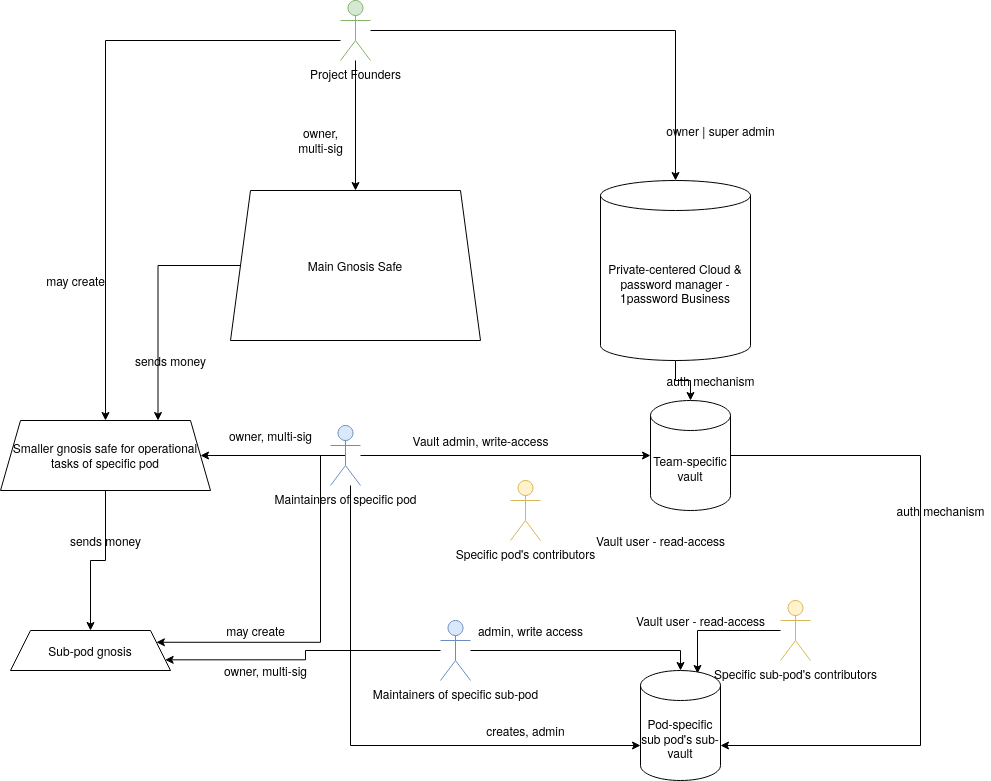
Above: opsec.png in nicobao/dao (draw.io), before the change. Source tidied: cells renumbered, new cells last; positions are measured from the earlier drawing's top-left corner, leaving out a move shared by most shapes. Its diagram source:
```xml
<mxGraphModel>
  <root>
    <mxCell id="0" />
    <mxCell id="1" parent="0" />
    <mxCell id="2" style="edgeStyle=orthogonalEdgeStyle;rounded=0;jettySize=auto;html=1;entryX=0.5;entryY=0;entryDx=0;entryDy=0;" parent="1" edge="1" source="5" target="7">
      <mxGeometry relative="1" as="geometry" />
    </mxCell>
    <mxCell id="3" style="edgeStyle=orthogonalEdgeStyle;rounded=0;jettySize=auto;html=1;" parent="1" edge="1" target="10">
      <mxGeometry relative="1" as="geometry">
        <mxPoint x="340" y="40" as="sourcePoint" />
      </mxGeometry>
    </mxCell>
    <mxCell id="4" style="edgeStyle=orthogonalEdgeStyle;rounded=0;jettySize=auto;html=1;entryX=0.5;entryY=0;entryDx=0;entryDy=0;entryPerimeter=0;" parent="1" edge="1" source="5" target="19">
      <mxGeometry relative="1" as="geometry" />
    </mxCell>
    <mxCell id="5" value="Project Founders" style="shape=umlActor;verticalLabelPosition=bottom;verticalAlign=top;html=1;outlineConnect=0;fillColor=#d5e8d4;strokeColor=#82b366;" parent="1" vertex="1">
      <mxGeometry x="340" width="30" height="60" as="geometry" />
    </mxCell>
    <mxCell id="6" style="edgeStyle=orthogonalEdgeStyle;rounded=0;jettySize=auto;html=1;entryX=0.75;entryY=0;entryDx=0;entryDy=0;" parent="1" edge="1" source="7" target="10">
      <mxGeometry relative="1" as="geometry" />
    </mxCell>
    <mxCell id="7" value="Main Gnosis Safe " style="shape=trapezoid;perimeter=trapezoidPerimeter;whiteSpace=wrap;html=1;fixedSize=1;" parent="1" vertex="1">
      <mxGeometry x="230" y="190" width="250" height="150" as="geometry" />
    </mxCell>
    <mxCell id="8" value="owner,&lt;br&gt;&lt;div&gt;multi-sig&lt;/div&gt;" style="text;html=1;align=center;verticalAlign=middle;strokeColor=none;fillColor=none;" parent="1" vertex="1">
      <mxGeometry x="290" y="125" width="60" height="30" as="geometry" />
    </mxCell>
    <mxCell id="9" style="edgeStyle=orthogonalEdgeStyle;rounded=0;jettySize=auto;html=1;" parent="1" edge="1" source="10" target="38">
      <mxGeometry relative="1" as="geometry" />
    </mxCell>
    <mxCell id="10" value="Smaller gnosis safe for operational tasks of specific pod" style="shape=trapezoid;perimeter=trapezoidPerimeter;whiteSpace=wrap;html=1;fixedSize=1;" parent="1" vertex="1">
      <mxGeometry y="420" width="210" height="70" as="geometry" />
    </mxCell>
    <mxCell id="11" value="may create" style="text;html=1;align=center;verticalAlign=middle;strokeColor=none;fillColor=none;" parent="1" vertex="1">
      <mxGeometry x="40" y="270" width="70" height="20" as="geometry" />
    </mxCell>
    <mxCell id="12" style="edgeStyle=orthogonalEdgeStyle;rounded=0;jettySize=auto;html=1;exitX=0.5;exitY=0.5;exitDx=0;exitDy=0;exitPerimeter=0;" parent="1" edge="1" source="16">
      <mxGeometry relative="1" as="geometry">
        <mxPoint x="200" y="455" as="targetPoint" />
      </mxGeometry>
    </mxCell>
    <mxCell id="13" style="edgeStyle=orthogonalEdgeStyle;rounded=0;jettySize=auto;html=1;entryX=0;entryY=0.5;entryDx=0;entryDy=0;entryPerimeter=0;" parent="1" edge="1" source="16" target="22">
      <mxGeometry relative="1" as="geometry" />
    </mxCell>
    <mxCell id="14" style="edgeStyle=orthogonalEdgeStyle;rounded=0;jettySize=auto;html=1;entryX=0;entryY=0;entryDx=0;entryDy=75;entryPerimeter=0;" parent="1" edge="1" source="16" target="27">
      <mxGeometry relative="1" as="geometry">
        <Array as="points">
          <mxPoint x="350" y="745" />
        </Array>
      </mxGeometry>
    </mxCell>
    <mxCell id="15" style="edgeStyle=orthogonalEdgeStyle;rounded=0;jettySize=auto;html=1;entryX=1;entryY=0.25;entryDx=0;entryDy=0;" parent="1" edge="1" source="16" target="38">
      <mxGeometry relative="1" as="geometry">
        <Array as="points">
          <mxPoint x="320" y="455" />
          <mxPoint x="320" y="642" />
        </Array>
      </mxGeometry>
    </mxCell>
    <mxCell id="16" value="Maintainers of specific pod" style="shape=umlActor;verticalLabelPosition=bottom;verticalAlign=top;html=1;outlineConnect=0;fillColor=#dae8fc;strokeColor=#6c8ebf;" parent="1" vertex="1">
      <mxGeometry x="330" y="425" width="30" height="60" as="geometry" />
    </mxCell>
    <mxCell id="17" value="owner, multi-sig" style="text;html=1;align=center;verticalAlign=middle;strokeColor=none;fillColor=none;" parent="1" vertex="1">
      <mxGeometry x="220" y="425" width="100" height="20" as="geometry" />
    </mxCell>
    <mxCell id="18" style="edgeStyle=orthogonalEdgeStyle;rounded=0;jettySize=auto;html=1;entryX=0.5;entryY=0;entryDx=0;entryDy=0;entryPerimeter=0;" parent="1" edge="1" source="19" target="22">
      <mxGeometry relative="1" as="geometry" />
    </mxCell>
    <mxCell id="19" value="Private-centered Cloud &amp;amp; password manager - 1password Business " style="shape=cylinder3;whiteSpace=wrap;html=1;boundedLbl=1;backgroundOutline=1;size=15;" parent="1" vertex="1">
      <mxGeometry x="600" y="180" width="150" height="180" as="geometry" />
    </mxCell>
    <mxCell id="20" value="owner | super admin" style="text;html=1;align=center;verticalAlign=middle;strokeColor=none;fillColor=none;" parent="1" vertex="1">
      <mxGeometry x="660" y="120" width="120" height="20" as="geometry" />
    </mxCell>
    <mxCell id="21" style="edgeStyle=orthogonalEdgeStyle;rounded=0;jettySize=auto;html=1;entryX=1;entryY=0;entryDx=0;entryDy=75;entryPerimeter=0;" parent="1" edge="1" source="22" target="27">
      <mxGeometry relative="1" as="geometry">
        <Array as="points">
          <mxPoint x="920" y="455" />
          <mxPoint x="920" y="745" />
        </Array>
      </mxGeometry>
    </mxCell>
    <mxCell id="22" value="Team-specific vault" style="shape=cylinder3;whiteSpace=wrap;html=1;boundedLbl=1;backgroundOutline=1;size=15;" parent="1" vertex="1">
      <mxGeometry x="650" y="400" width="80" height="110" as="geometry" />
    </mxCell>
    <mxCell id="23" value="Vault admin, write-access " style="text;html=1;align=center;verticalAlign=middle;strokeColor=none;fillColor=none;" parent="1" vertex="1">
      <mxGeometry x="405" y="430" width="150" height="20" as="geometry" />
    </mxCell>
    <mxCell id="24" style="edgeStyle=orthogonalEdgeStyle;rounded=0;jettySize=auto;html=1;entryX=0.713;entryY=0.027;entryDx=0;entryDy=0;entryPerimeter=0;" parent="1" edge="1" source="25" target="27">
      <mxGeometry relative="1" as="geometry" />
    </mxCell>
    <mxCell id="25" value="Specific sub-pod's contributors" style="shape=umlActor;verticalLabelPosition=bottom;verticalAlign=top;html=1;outlineConnect=0;fillColor=#fff2cc;strokeColor=#d6b656;" parent="1" vertex="1">
      <mxGeometry x="780" y="600" width="30" height="60" as="geometry" />
    </mxCell>
    <mxCell id="26" value="Vault user - read-access" style="text;html=1;align=center;verticalAlign=middle;strokeColor=none;fillColor=none;" parent="1" vertex="1">
      <mxGeometry x="590" y="530" width="140" height="20" as="geometry" />
    </mxCell>
    <mxCell id="27" value="Pod-specific sub pod's sub-vault" style="shape=cylinder3;whiteSpace=wrap;html=1;boundedLbl=1;backgroundOutline=1;size=15;" parent="1" vertex="1">
      <mxGeometry x="640" y="670" width="80" height="110" as="geometry" />
    </mxCell>
    <mxCell id="28" value="creates, admin" style="text;html=1;align=center;verticalAlign=middle;strokeColor=none;fillColor=none;" parent="1" vertex="1">
      <mxGeometry x="480" y="720" width="90" height="20" as="geometry" />
    </mxCell>
    <mxCell id="29" style="edgeStyle=orthogonalEdgeStyle;rounded=0;jettySize=auto;html=1;entryX=0.5;entryY=0;entryDx=0;entryDy=0;entryPerimeter=0;" parent="1" edge="1" source="31" target="27">
      <mxGeometry relative="1" as="geometry" />
    </mxCell>
    <mxCell id="30" style="edgeStyle=orthogonalEdgeStyle;rounded=0;jettySize=auto;html=1;entryX=1;entryY=0.75;entryDx=0;entryDy=0;" parent="1" edge="1" source="31" target="38">
      <mxGeometry relative="1" as="geometry" />
    </mxCell>
    <mxCell id="31" value="Maintainers of specific sub-pod" style="shape=umlActor;verticalLabelPosition=bottom;verticalAlign=top;html=1;outlineConnect=0;fillColor=#dae8fc;strokeColor=#6c8ebf;" parent="1" vertex="1">
      <mxGeometry x="440" y="620" width="30" height="60" as="geometry" />
    </mxCell>
    <mxCell id="32" value="admin, write access" style="text;html=1;align=center;verticalAlign=middle;strokeColor=none;fillColor=none;" parent="1" vertex="1">
      <mxGeometry x="470" y="620" width="120" height="20" as="geometry" />
    </mxCell>
    <mxCell id="33" value="Specific pod's contributors" style="shape=umlActor;verticalLabelPosition=bottom;verticalAlign=top;html=1;fillColor=#fff2cc;strokeColor=#d6b656;" parent="1" vertex="1">
      <mxGeometry x="510" y="480" width="30" height="60" as="geometry" />
    </mxCell>
    <mxCell id="34" value="Vault user - read-access" style="text;html=1;align=center;verticalAlign=middle;strokeColor=none;fillColor=none;" parent="1" vertex="1">
      <mxGeometry x="630" y="610" width="140" height="20" as="geometry" />
    </mxCell>
    <mxCell id="35" value="&lt;div&gt;sends money&lt;/div&gt;" style="text;html=1;align=center;verticalAlign=middle;strokeColor=none;fillColor=none;" parent="1" vertex="1">
      <mxGeometry x="125" y="350" width="90" height="20" as="geometry" />
    </mxCell>
    <mxCell id="36" value="&lt;div&gt;auth mechanism&lt;/div&gt;" style="text;html=1;align=center;verticalAlign=middle;strokeColor=none;fillColor=none;" parent="1" vertex="1">
      <mxGeometry x="660" y="370" width="100" height="20" as="geometry" />
    </mxCell>
    <mxCell id="37" value="auth mechanism" style="text;html=1;align=center;verticalAlign=middle;strokeColor=none;fillColor=none;" parent="1" vertex="1">
      <mxGeometry x="890" y="500" width="100" height="20" as="geometry" />
    </mxCell>
    <mxCell id="38" value="Sub-pod gnosis" style="shape=trapezoid;perimeter=trapezoidPerimeter;whiteSpace=wrap;html=1;fixedSize=1;" parent="1" vertex="1">
      <mxGeometry x="10" y="630" width="160" height="40" as="geometry" />
    </mxCell>
    <mxCell id="39" value="may create" style="text;html=1;align=center;verticalAlign=middle;strokeColor=none;fillColor=none;" parent="1" vertex="1">
      <mxGeometry x="220" y="620" width="70" height="20" as="geometry" />
    </mxCell>
    <mxCell id="40" value="owner, multi-sig" style="text;html=1;align=center;verticalAlign=middle;strokeColor=none;fillColor=none;" parent="1" vertex="1">
      <mxGeometry x="215" y="660" width="100" height="20" as="geometry" />
    </mxCell>
    <mxCell id="41" value="&lt;div&gt;sends money&lt;/div&gt;" style="text;html=1;align=center;verticalAlign=middle;strokeColor=none;fillColor=none;" parent="1" vertex="1">
      <mxGeometry x="60" y="530" width="90" height="20" as="geometry" />
    </mxCell>
  </root>
</mxGraphModel>
```
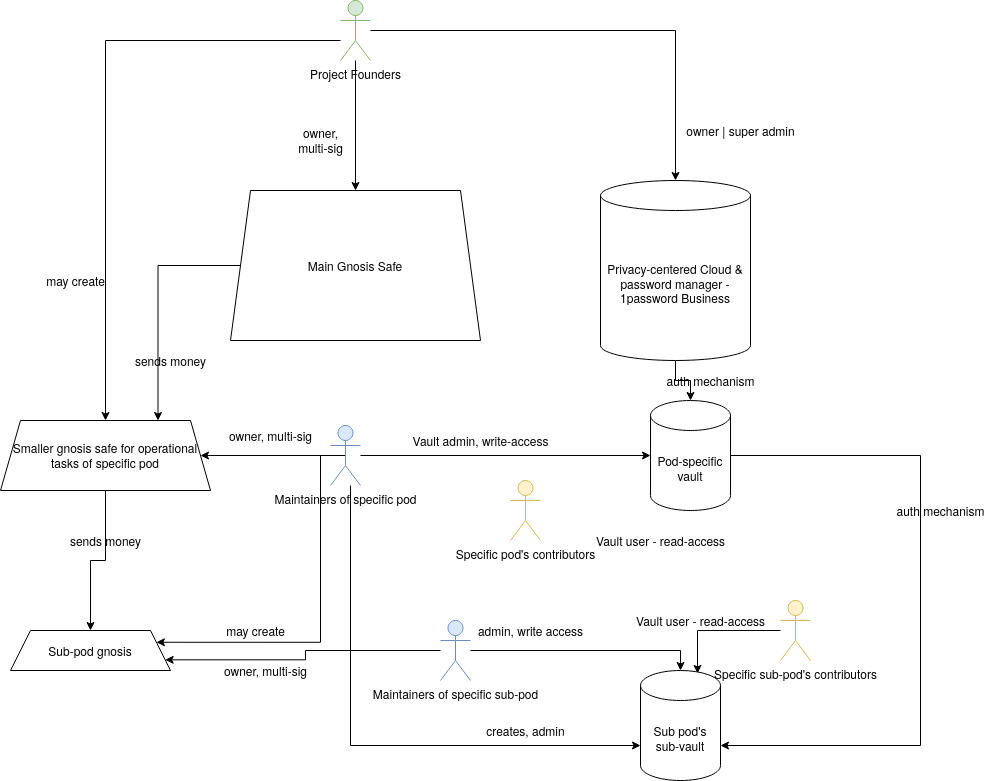
The same file after the commit.

What changed in the source:
```diff
@@ -66,11 +66,11 @@
     <mxCell id="18" style="edgeStyle=orthogonalEdgeStyle;rounded=0;jettySize=auto;html=1;entryX=0.5;entryY=0;entryDx=0;entryDy=0;entryPerimeter=0;" parent="1" edge="1" source="19" target="22">
       <mxGeometry relative="1" as="geometry" />
     </mxCell>
-    <mxCell id="19" value="Private-centered Cloud &amp;amp; password manager - 1password Business " style="shape=cylinder3;whiteSpace=wrap;html=1;boundedLbl=1;backgroundOutline=1;size=15;" parent="1" vertex="1">
+    <mxCell id="19" value="Privacy-centered Cloud &amp;amp; password manager - 1password Business " style="shape=cylinder3;whiteSpace=wrap;html=1;boundedLbl=1;backgroundOutline=1;size=15;" parent="1" vertex="1">
       <mxGeometry x="600" y="180" width="150" height="180" as="geometry" />
     </mxCell>
     <mxCell id="20" value="owner | super admin" style="text;html=1;align=center;verticalAlign=middle;strokeColor=none;fillColor=none;" parent="1" vertex="1">
-      <mxGeometry x="660" y="120" width="120" height="20" as="geometry" />
+      <mxGeometry x="680" y="120" width="120" height="20" as="geometry" />
     </mxCell>
     <mxCell id="21" style="edgeStyle=orthogonalEdgeStyle;rounded=0;jettySize=auto;html=1;entryX=1;entryY=0;entryDx=0;entryDy=75;entryPerimeter=0;" parent="1" edge="1" source="22" target="27">
       <mxGeometry relative="1" as="geometry">
@@ -80,7 +80,7 @@
         </Array>
       </mxGeometry>
     </mxCell>
-    <mxCell id="22" value="Team-specific vault" style="shape=cylinder3;whiteSpace=wrap;html=1;boundedLbl=1;backgroundOutline=1;size=15;" parent="1" vertex="1">
+    <mxCell id="22" value="Pod-specific vault" style="shape=cylinder3;whiteSpace=wrap;html=1;boundedLbl=1;backgroundOutline=1;size=15;" parent="1" vertex="1">
       <mxGeometry x="650" y="400" width="80" height="110" as="geometry" />
     </mxCell>
     <mxCell id="23" value="Vault admin, write-access " style="text;html=1;align=center;verticalAlign=middle;strokeColor=none;fillColor=none;" parent="1" vertex="1">
@@ -95,7 +95,7 @@
     <mxCell id="26" value="Vault user - read-access" style="text;html=1;align=center;verticalAlign=middle;strokeColor=none;fillColor=none;" parent="1" vertex="1">
       <mxGeometry x="590" y="530" width="140" height="20" as="geometry" />
     </mxCell>
-    <mxCell id="27" value="Pod-specific sub pod's sub-vault" style="shape=cylinder3;whiteSpace=wrap;html=1;boundedLbl=1;backgroundOutline=1;size=15;" parent="1" vertex="1">
+    <mxCell id="27" value="Sub pod's sub-vault" style="shape=cylinder3;whiteSpace=wrap;html=1;boundedLbl=1;backgroundOutline=1;size=15;" parent="1" vertex="1">
       <mxGeometry x="640" y="670" width="80" height="110" as="geometry" />
     </mxCell>
     <mxCell id="28" value="creates, admin" style="text;html=1;align=center;verticalAlign=middle;strokeColor=none;fillColor=none;" parent="1" vertex="1">
```
